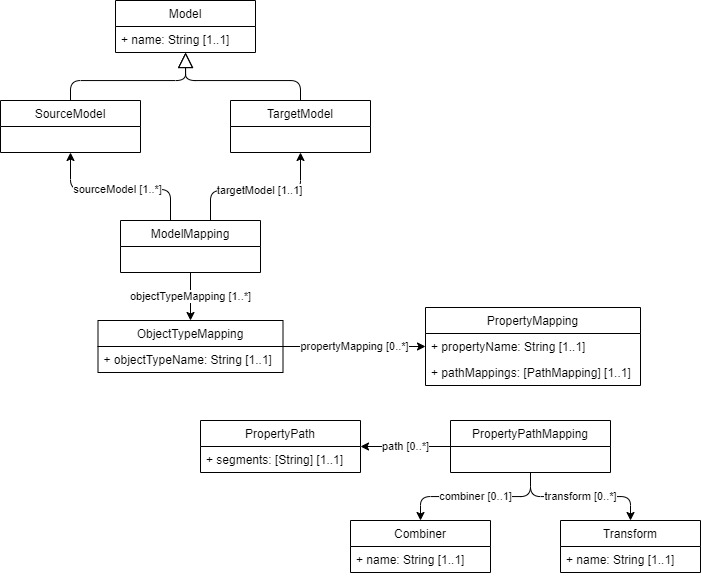
This is media/imx-mapping-model.drawio.png from Geonovum/IMX-ModelMapping, a draw.io export, as it was before one commit. Source tidied: cells renumbered, new cells last; positions are measured from the earlier drawing's top-left corner, leaving out a move shared by most shapes. Source of this version:
```xml
<mxGraphModel>
  <root>
    <mxCell id="0" />
    <mxCell id="1" parent="0" />
    <mxCell id="2" value="objectTypeMapping [1..*]" style="edgeStyle=orthogonalEdgeStyle;html=1;" parent="1" edge="1" source="5" target="8">
      <mxGeometry x="-0.02" relative="1" as="geometry" />
    </mxCell>
    <mxCell id="3" value="sourceModel [1..*]" style="edgeStyle=orthogonalEdgeStyle;html=1;" parent="1" edge="1" source="5" target="25">
      <mxGeometry relative="1" as="geometry">
        <Array as="points">
          <mxPoint x="170" y="189" />
          <mxPoint x="70" y="189" />
        </Array>
      </mxGeometry>
    </mxCell>
    <mxCell id="4" value="targetModel [1..1]" style="edgeStyle=orthogonalEdgeStyle;html=1;" parent="1" edge="1" source="5" target="23">
      <mxGeometry relative="1" as="geometry">
        <Array as="points">
          <mxPoint x="210" y="190" />
          <mxPoint x="300" y="190" />
        </Array>
      </mxGeometry>
    </mxCell>
    <mxCell id="5" value="ModelMapping" style="swimlane;fontStyle=0;horizontal=1;startSize=26;fillColor=none;" parent="1" vertex="1">
      <mxGeometry x="120" y="220" width="140" height="52" as="geometry" />
    </mxCell>
    <mxCell id="6" value=" " style="text;strokeColor=none;fillColor=none;align=left;verticalAlign=top;spacingLeft=4;spacingRight=4;overflow=hidden;" parent="5" vertex="1">
      <mxGeometry y="26" width="140" height="26" as="geometry" />
    </mxCell>
    <mxCell id="7" value="propertyMapping [0..*]" style="edgeStyle=orthogonalEdgeStyle;html=1;" parent="1" edge="1" source="8" target="10">
      <mxGeometry relative="1" as="geometry" />
    </mxCell>
    <mxCell id="8" value="ObjectTypeMapping" style="swimlane;fontStyle=0;horizontal=1;startSize=26;fillColor=none;" parent="1" vertex="1">
      <mxGeometry x="97.5" y="320" width="185" height="52" as="geometry" />
    </mxCell>
    <mxCell id="9" value="+ objectTypeName: String [1..1]" style="text;strokeColor=none;fillColor=none;align=left;verticalAlign=top;spacingLeft=4;spacingRight=4;overflow=hidden;" parent="8" vertex="1">
      <mxGeometry y="26" width="185" height="26" as="geometry" />
    </mxCell>
    <mxCell id="10" value="PropertyMapping" style="swimlane;fontStyle=0;horizontal=1;startSize=26;fillColor=none;" parent="1" vertex="1">
      <mxGeometry x="425" y="307" width="215" height="78" as="geometry" />
    </mxCell>
    <mxCell id="11" value="+ propertyName: String [1..1]" style="text;strokeColor=none;fillColor=none;align=left;verticalAlign=top;spacingLeft=4;spacingRight=4;overflow=hidden;" parent="10" vertex="1">
      <mxGeometry y="26" width="215" height="26" as="geometry" />
    </mxCell>
    <mxCell id="12" value="+ pathMappings: [PathMapping] [1..1]" style="text;strokeColor=none;fillColor=none;align=left;verticalAlign=top;spacingLeft=4;spacingRight=4;overflow=hidden;" parent="10" vertex="1">
      <mxGeometry y="52" width="215" height="26" as="geometry" />
    </mxCell>
    <mxCell id="13" value="combiner [0..1]" style="edgeStyle=orthogonalEdgeStyle;html=1;" parent="1" edge="1" source="16" target="18">
      <mxGeometry relative="1" as="geometry" />
    </mxCell>
    <mxCell id="14" value="transform [0..*]" style="edgeStyle=orthogonalEdgeStyle;html=1;" parent="1" edge="1" source="16" target="20">
      <mxGeometry relative="1" as="geometry" />
    </mxCell>
    <mxCell id="15" value="path [0..*]" style="edgeStyle=orthogonalEdgeStyle;html=1;endArrow=classic;endFill=1;endSize=6;" parent="1" edge="1" source="16" target="28">
      <mxGeometry relative="1" as="geometry" />
    </mxCell>
    <mxCell id="16" value="PropertyPathMapping" style="swimlane;fontStyle=0;horizontal=1;startSize=26;fillColor=none;" parent="1" vertex="1">
      <mxGeometry x="450" y="420" width="160" height="52" as="geometry" />
    </mxCell>
    <mxCell id="17" value=" " style="text;strokeColor=none;fillColor=none;align=left;verticalAlign=top;spacingLeft=4;spacingRight=4;overflow=hidden;" parent="16" vertex="1">
      <mxGeometry y="26" width="160" height="26" as="geometry" />
    </mxCell>
    <mxCell id="18" value="Combiner" style="swimlane;fontStyle=0;horizontal=1;startSize=26;fillColor=none;" parent="1" vertex="1">
      <mxGeometry x="350" y="520" width="140" height="52" as="geometry" />
    </mxCell>
    <mxCell id="19" value="+ name: String [1..1]" style="text;strokeColor=none;fillColor=none;align=left;verticalAlign=top;spacingLeft=4;spacingRight=4;overflow=hidden;" parent="18" vertex="1">
      <mxGeometry y="26" width="140" height="26" as="geometry" />
    </mxCell>
    <mxCell id="20" value="Transform" style="swimlane;fontStyle=0;horizontal=1;startSize=26;fillColor=none;" parent="1" vertex="1">
      <mxGeometry x="560" y="520" width="140" height="52" as="geometry" />
    </mxCell>
    <mxCell id="21" value="+ name: String [1..1]" style="text;strokeColor=none;fillColor=none;align=left;verticalAlign=top;spacingLeft=4;spacingRight=4;overflow=hidden;" parent="20" vertex="1">
      <mxGeometry y="26" width="140" height="26" as="geometry" />
    </mxCell>
    <mxCell id="22" style="edgeStyle=orthogonalEdgeStyle;html=1;endArrow=block;endFill=0;endSize=13;" parent="1" edge="1" source="23" target="26">
      <mxGeometry relative="1" as="geometry">
        <Array as="points">
          <mxPoint x="300" y="80" />
          <mxPoint x="185" y="80" />
        </Array>
      </mxGeometry>
    </mxCell>
    <mxCell id="23" value="TargetModel" style="swimlane;fontStyle=0;horizontal=1;startSize=26;fillColor=none;" parent="1" vertex="1">
      <mxGeometry x="230" y="100" width="140" height="52" as="geometry" />
    </mxCell>
    <mxCell id="24" style="edgeStyle=orthogonalEdgeStyle;html=1;endArrow=block;endFill=0;endSize=13;" parent="1" edge="1" source="25" target="26">
      <mxGeometry relative="1" as="geometry">
        <Array as="points">
          <mxPoint x="70" y="80" />
          <mxPoint x="185" y="80" />
        </Array>
      </mxGeometry>
    </mxCell>
    <mxCell id="25" value="SourceModel" style="swimlane;fontStyle=0;horizontal=1;startSize=26;fillColor=none;" parent="1" vertex="1">
      <mxGeometry y="100" width="140" height="52" as="geometry" />
    </mxCell>
    <mxCell id="26" value="Model" style="swimlane;fontStyle=0;horizontal=1;startSize=26;fillColor=none;" parent="1" vertex="1">
      <mxGeometry x="115" width="140" height="52" as="geometry" />
    </mxCell>
    <mxCell id="27" value="+ name: String [1..1]" style="text;strokeColor=none;fillColor=none;align=left;verticalAlign=top;spacingLeft=4;spacingRight=4;overflow=hidden;" parent="26" vertex="1">
      <mxGeometry y="26" width="140" height="26" as="geometry" />
    </mxCell>
    <mxCell id="28" value="PropertyPath" style="swimlane;fontStyle=0;horizontal=1;startSize=26;fillColor=none;" parent="1" vertex="1">
      <mxGeometry x="200" y="420" width="160" height="52" as="geometry" />
    </mxCell>
    <mxCell id="29" value="+ segments: [String] [1..1]" style="text;strokeColor=none;fillColor=none;align=left;verticalAlign=top;spacingLeft=4;spacingRight=4;overflow=hidden;" parent="28" vertex="1">
      <mxGeometry y="26" width="160" height="26" as="geometry" />
    </mxCell>
  </root>
</mxGraphModel>
```
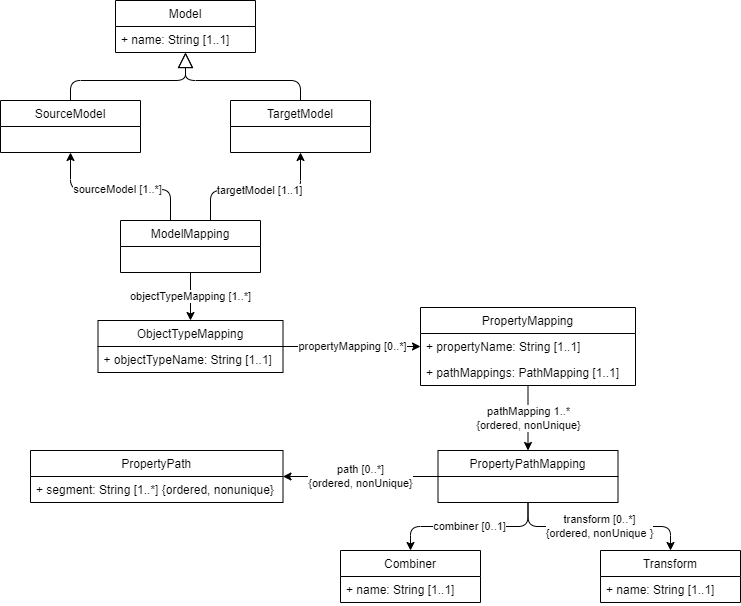
Later version of the same file.

Commit message:
update abstract model description

What changed in the source:
```diff
@@ -36,38 +36,38 @@
     <mxCell id="9" value="+ objectTypeName: String [1..1]" style="text;strokeColor=none;fillColor=none;align=left;verticalAlign=top;spacingLeft=4;spacingRight=4;overflow=hidden;" parent="8" vertex="1">
       <mxGeometry y="26" width="185" height="26" as="geometry" />
     </mxCell>
+    <mxCell id="30" value="pathMapping 1..*&lt;br&gt;{ordered, nonUnique}" style="edgeStyle=none;html=1;" parent="1" edge="1" source="10" target="16">
+      <mxGeometry relative="1" as="geometry" />
+    </mxCell>
     <mxCell id="10" value="PropertyMapping" style="swimlane;fontStyle=0;horizontal=1;startSize=26;fillColor=none;" parent="1" vertex="1">
-      <mxGeometry x="425" y="307" width="215" height="78" as="geometry" />
+      <mxGeometry x="420" y="307" width="215" height="78" as="geometry" />
     </mxCell>
     <mxCell id="11" value="+ propertyName: String [1..1]" style="text;strokeColor=none;fillColor=none;align=left;verticalAlign=top;spacingLeft=4;spacingRight=4;overflow=hidden;" parent="10" vertex="1">
       <mxGeometry y="26" width="215" height="26" as="geometry" />
     </mxCell>
-    <mxCell id="12" value="+ pathMappings: [PathMapping] [1..1]" style="text;strokeColor=none;fillColor=none;align=left;verticalAlign=top;spacingLeft=4;spacingRight=4;overflow=hidden;" parent="10" vertex="1">
+    <mxCell id="12" value="+ pathMappings: PathMapping [1..1]" style="text;strokeColor=none;fillColor=none;align=left;verticalAlign=top;spacingLeft=4;spacingRight=4;overflow=hidden;" parent="10" vertex="1">
       <mxGeometry y="52" width="215" height="26" as="geometry" />
     </mxCell>
     <mxCell id="13" value="combiner [0..1]" style="edgeStyle=orthogonalEdgeStyle;html=1;" parent="1" edge="1" source="16" target="18">
       <mxGeometry relative="1" as="geometry" />
     </mxCell>
-    <mxCell id="14" value="transform [0..*]" style="edgeStyle=orthogonalEdgeStyle;html=1;" parent="1" edge="1" source="16" target="20">
+    <mxCell id="14" value="transform [0..*]&lt;br&gt;{ordered, nonUnique }" style="edgeStyle=orthogonalEdgeStyle;html=1;" parent="1" edge="1" source="16" target="20">
       <mxGeometry relative="1" as="geometry" />
     </mxCell>
-    <mxCell id="15" value="path [0..*]" style="edgeStyle=orthogonalEdgeStyle;html=1;endArrow=classic;endFill=1;endSize=6;" parent="1" edge="1" source="16" target="28">
+    <mxCell id="15" value="path [0..*]&lt;br&gt;{ordered, nonUnique}" style="edgeStyle=orthogonalEdgeStyle;html=1;endArrow=classic;endFill=1;endSize=6;" parent="1" edge="1" source="16" target="28">
       <mxGeometry relative="1" as="geometry" />
     </mxCell>
     <mxCell id="16" value="PropertyPathMapping" style="swimlane;fontStyle=0;horizontal=1;startSize=26;fillColor=none;" parent="1" vertex="1">
-      <mxGeometry x="450" y="420" width="160" height="52" as="geometry" />
+      <mxGeometry x="437.5" y="450" width="180" height="52" as="geometry" />
     </mxCell>
-    <mxCell id="17" value=" " style="text;strokeColor=none;fillColor=none;align=left;verticalAlign=top;spacingLeft=4;spacingRight=4;overflow=hidden;" parent="16" vertex="1">
-      <mxGeometry y="26" width="160" height="26" as="geometry" />
-    </mxCell>
     <mxCell id="18" value="Combiner" style="swimlane;fontStyle=0;horizontal=1;startSize=26;fillColor=none;" parent="1" vertex="1">
-      <mxGeometry x="350" y="520" width="140" height="52" as="geometry" />
+      <mxGeometry x="340" y="550" width="140" height="52" as="geometry" />
     </mxCell>
     <mxCell id="19" value="+ name: String [1..1]" style="text;strokeColor=none;fillColor=none;align=left;verticalAlign=top;spacingLeft=4;spacingRight=4;overflow=hidden;" parent="18" vertex="1">
       <mxGeometry y="26" width="140" height="26" as="geometry" />
     </mxCell>
     <mxCell id="20" value="Transform" style="swimlane;fontStyle=0;horizontal=1;startSize=26;fillColor=none;" parent="1" vertex="1">
-      <mxGeometry x="560" y="520" width="140" height="52" as="geometry" />
+      <mxGeometry x="600" y="550" width="140" height="52" as="geometry" />
     </mxCell>
     <mxCell id="21" value="+ name: String [1..1]" style="text;strokeColor=none;fillColor=none;align=left;verticalAlign=top;spacingLeft=4;spacingRight=4;overflow=hidden;" parent="20" vertex="1">
       <mxGeometry y="26" width="140" height="26" as="geometry" />
@@ -101,10 +101,10 @@
       <mxGeometry y="26" width="140" height="26" as="geometry" />
     </mxCell>
     <mxCell id="28" value="PropertyPath" style="swimlane;fontStyle=0;horizontal=1;startSize=26;fillColor=none;" parent="1" vertex="1">
-      <mxGeometry x="200" y="420" width="160" height="52" as="geometry" />
+      <mxGeometry x="30" y="450" width="252.5" height="52" as="geometry" />
     </mxCell>
-    <mxCell id="29" value="+ segments: [String] [1..1]" style="text;strokeColor=none;fillColor=none;align=left;verticalAlign=top;spacingLeft=4;spacingRight=4;overflow=hidden;" parent="28" vertex="1">
-      <mxGeometry y="26" width="160" height="26" as="geometry" />
+    <mxCell id="29" value="+ segment: String [1..*] {ordered, nonunique}" style="text;strokeColor=none;fillColor=none;align=left;verticalAlign=top;spacingLeft=4;spacingRight=4;overflow=hidden;" parent="28" vertex="1">
+      <mxGeometry y="26" width="252.5" height="26" as="geometry" />
     </mxCell>
   </root>
 </mxGraphModel>
```
